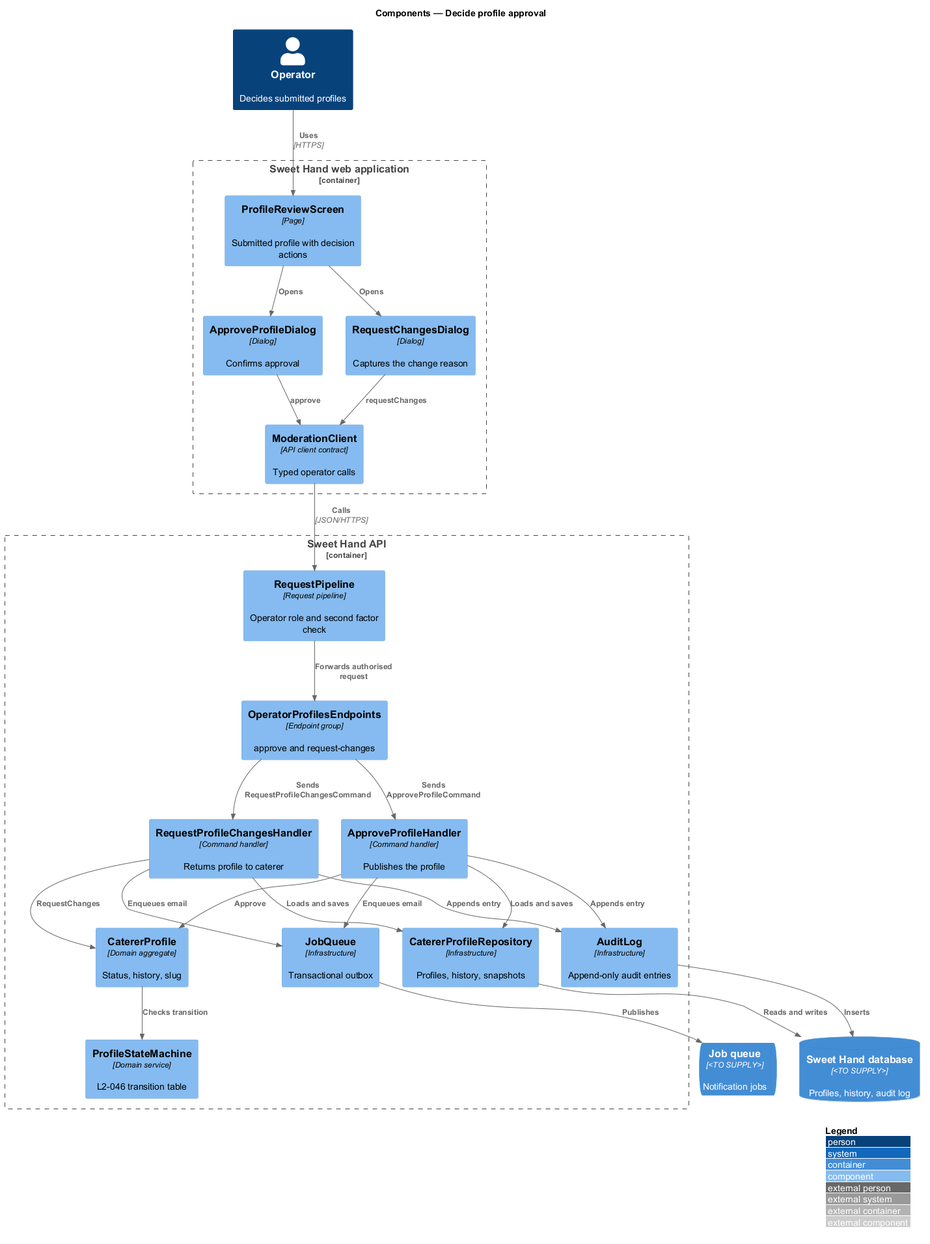
Earlier version of the PlantUML export docs/detailed-designs/moderation/decide-profile-approval/diagrams/c4-component.png (QuinntyneBrown/sweet-hand). Its diagram source:
```plantuml
@startuml
!include <C4/C4_Component>
LAYOUT_WITH_LEGEND()
title Components — Decide profile approval

Person(operator, "Operator", "Decides submitted profiles")
Container_Boundary(web, "Sweet Hand web application") {
  Component(screen, "ProfileReviewScreen", "Page", "Submitted profile with decision actions")
  Component(approveDlg, "ApproveProfileDialog", "Dialog", "Confirms approval")
  Component(changesDlg, "RequestChangesDialog", "Dialog", "Captures the change reason")
  Component(client, "ModerationClient", "API client contract", "Typed operator calls")
}
Container_Boundary(api, "Sweet Hand API") {
  Component(pipeline, "RequestPipeline", "Request pipeline", "Operator role and second factor check")
  Component(endpoints, "OperatorProfilesEndpoints", "Endpoint group", "approve and request-changes")
  Component(approveH, "ApproveProfileHandler", "Command handler", "Publishes the profile")
  Component(changesH, "RequestProfileChangesHandler", "Command handler", "Returns profile to caterer")
  Component(profile, "CatererProfile", "Domain aggregate", "Status, history, slug")
  Component(fsm, "ProfileStateMachine", "Domain service", "L2-046 transition table")
  Component(audit, "AuditLog", "Infrastructure", "Append-only audit entries")
  Component(repo, "CatererProfileRepository", "Infrastructure", "Profiles, history, snapshots")
  Component(jobs, "JobQueue", "Infrastructure", "Transactional outbox")
}
ContainerDb(db, "Sweet Hand database", "<TO SUPPLY>", "Profiles, history, audit log")
ContainerQueue(queue, "Job queue", "<TO SUPPLY>", "Notification jobs")

Rel(operator, screen, "Uses", "HTTPS")
Rel(screen, approveDlg, "Opens")
Rel(screen, changesDlg, "Opens")
Rel(approveDlg, client, "approve")
Rel(changesDlg, client, "requestChanges")
Rel(client, pipeline, "Calls", "JSON/HTTPS")
Rel(pipeline, endpoints, "Forwards authorised request")
Rel(endpoints, approveH, "Sends ApproveProfileCommand")
Rel(endpoints, changesH, "Sends RequestProfileChangesCommand")
Rel(approveH, profile, "Approve")
Rel(changesH, profile, "RequestChanges")
Rel(profile, fsm, "Checks transition")
Rel(approveH, repo, "Loads and saves")
Rel(changesH, repo, "Loads and saves")
Rel(approveH, audit, "Appends entry")
Rel(changesH, audit, "Appends entry")
Rel(approveH, jobs, "Enqueues email")
Rel(changesH, jobs, "Enqueues email")
Rel(repo, db, "Reads and writes")
Rel(audit, db, "Inserts")
Rel(jobs, queue, "Publishes")
@enduml
```
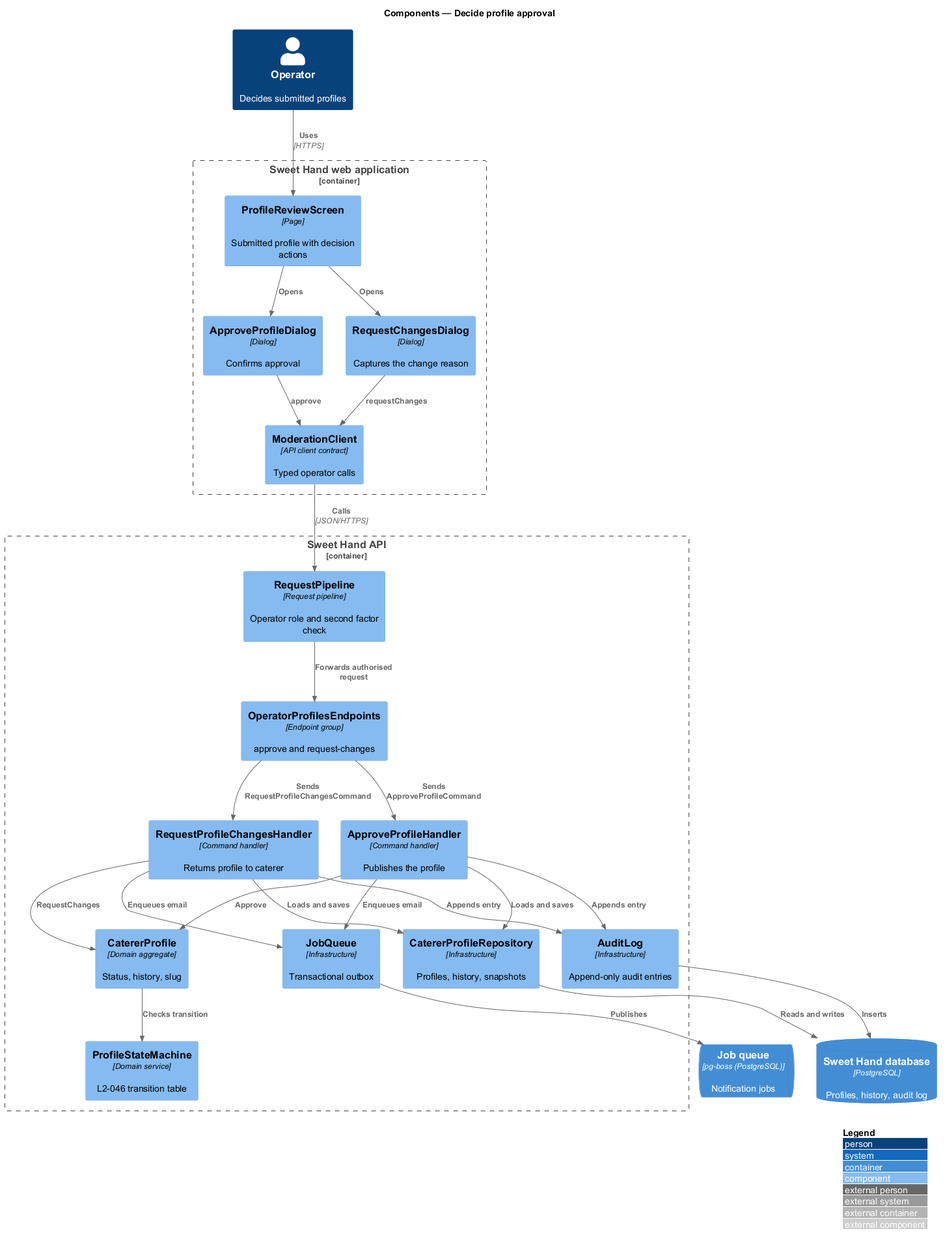
The same diagram one commit later.

Diff of the diagram source:
```diff
@@ -21,8 +21,8 @@
   Component(repo, "CatererProfileRepository", "Infrastructure", "Profiles, history, snapshots")
   Component(jobs, "JobQueue", "Infrastructure", "Transactional outbox")
 }
-ContainerDb(db, "Sweet Hand database", "<TO SUPPLY>", "Profiles, history, audit log")
-ContainerQueue(queue, "Job queue", "<TO SUPPLY>", "Notification jobs")
+ContainerDb(db, "Sweet Hand database", "PostgreSQL", "Profiles, history, audit log")
+ContainerQueue(queue, "Job queue", "pg-boss (PostgreSQL)", "Notification jobs")
 
 Rel(operator, screen, "Uses", "HTTPS")
 Rel(screen, approveDlg, "Opens")
```
